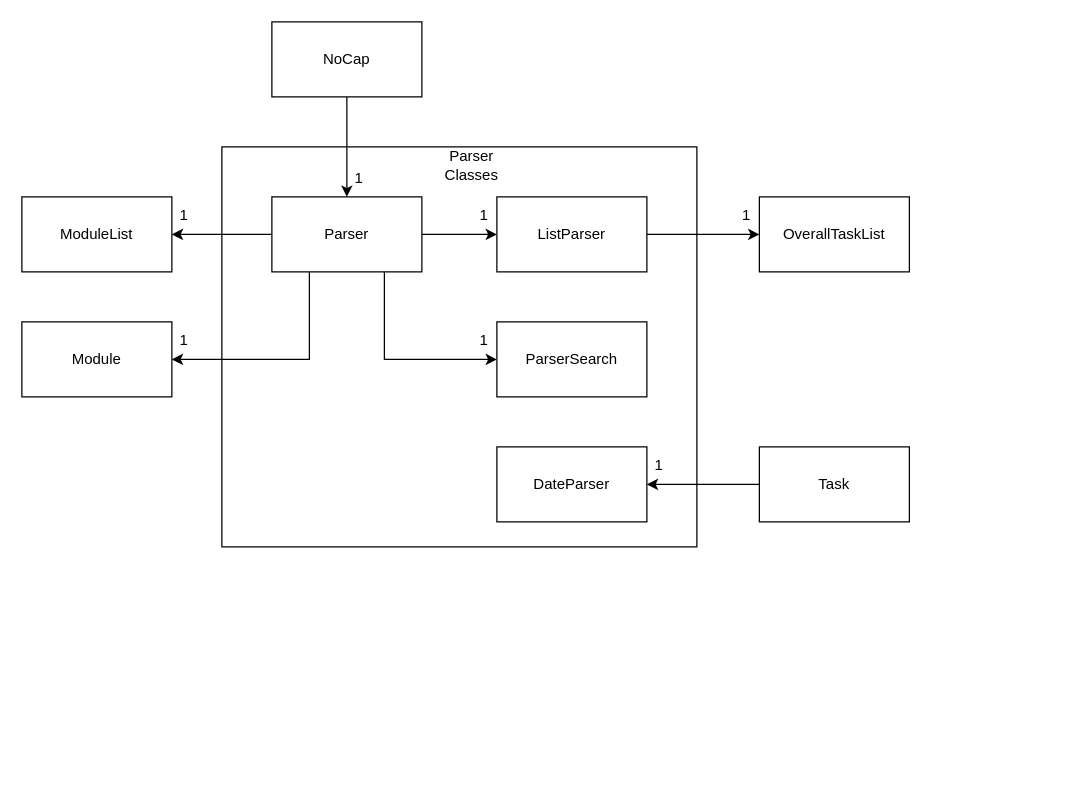
The draw.io diagram page "Class Diagram" (1 of 2) of docs/media/ParserClassDiagram.drawio.xml in yapjoonsiong/tp, before the edit. Source tidied: cells renumbered, new cells numbered last; positions are measured from the earlier drawing's top-left corner, leaving out a move shared by most shapes. Both pictures are drawn from the tidied source at 125%, with x=0, y=0 at pixel (21, 21).
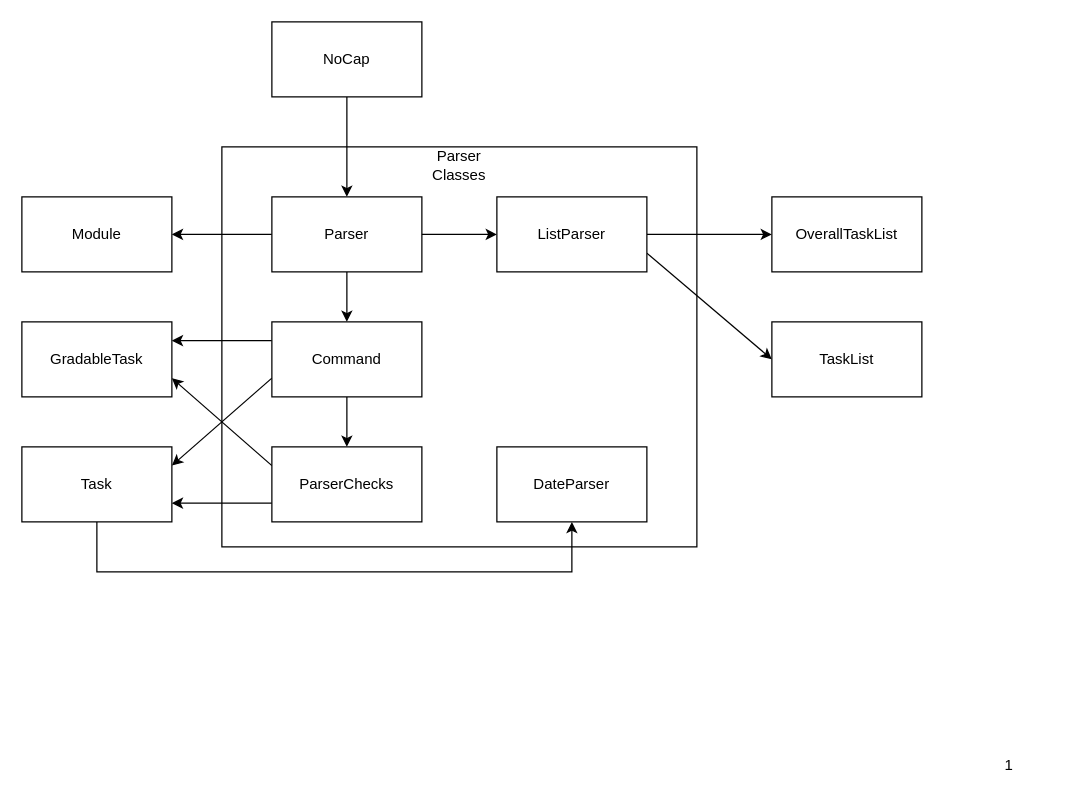
The same page after the edit.

The change refers to these unchanged cells:
```xml
<mxCell id="10" value="Parser" style="rounded=0;whiteSpace=wrap;html=1;" parent="1" vertex="1">
  <mxGeometry x="200" y="140" width="120" height="60" as="geometry" />
</mxCell>
<mxCell id="12" value="DateParser" style="rounded=0;whiteSpace=wrap;html=1;" parent="1" vertex="1">
  <mxGeometry x="380" y="340" width="120" height="60" as="geometry" />
</mxCell>
<mxCell id="15" value="ListParser" style="rounded=0;whiteSpace=wrap;html=1;" parent="1" vertex="1">
  <mxGeometry x="380" y="140" width="120" height="60" as="geometry" />
</mxCell>
```

Diff of the diagram source:
```diff
@@
-    <mxCell id="5" value="ModuleList" style="rounded=0;whiteSpace=wrap;html=1;" parent="1" vertex="1">
-      <mxGeometry y="140" width="120" height="60" as="geometry" />
-    </mxCell>
     <mxCell id="6" value="Module" style="rounded=0;whiteSpace=wrap;html=1;" parent="1" vertex="1">
-      <mxGeometry y="240" width="120" height="60" as="geometry" />
+      <mxGeometry y="140" width="120" height="60" as="geometry" />
     </mxCell>
-    <mxCell id="7" style="edgeStyle=orthogonalEdgeStyle;rounded=0;jettySize=auto;html=1;exitX=0.75;exitY=1;exitDx=0;exitDy=0;entryX=0;entryY=0.5;entryDx=0;entryDy=0;" parent="1" edge="1" source="10" target="16">
-      <mxGeometry relative="1" as="geometry" />
-    </mxCell>
-    <mxCell id="8" style="edgeStyle=orthogonalEdgeStyle;rounded=0;jettySize=auto;html=1;exitX=0;exitY=0.5;exitDx=0;exitDy=0;entryX=1;entryY=0.5;entryDx=0;entryDy=0;" parent="1" edge="1" source="10" target="5">
-      <mxGeometry relative="1" as="geometry" />
-    </mxCell>
+    <mxCell id="27" style="edgeStyle=orthogonalEdgeStyle;rounded=0;jettySize=auto;html=1;exitX=0.5;exitY=1;exitDx=0;exitDy=0;entryX=0.5;entryY=0;entryDx=0;entryDy=0;" parent="1" edge="1" source="10" target="35">
+      <mxGeometry relative="1" as="geometry" />
+    </mxCell>
-    <mxCell id="9" style="edgeStyle=orthogonalEdgeStyle;rounded=0;jettySize=auto;html=1;exitX=0.25;exitY=1;exitDx=0;exitDy=0;entryX=1;entryY=0.5;entryDx=0;entryDy=0;" parent="1" edge="1" source="10" target="6">
+    <mxCell id="9" style="edgeStyle=orthogonalEdgeStyle;rounded=0;jettySize=auto;html=1;exitX=0;exitY=0.5;exitDx=0;exitDy=0;entryX=1;entryY=0.5;entryDx=0;entryDy=0;" parent="1" edge="1" source="10" target="6">
       <mxGeometry relative="1" as="geometry" />
     </mxCell>
@@
-    <mxCell id="11" style="edgeStyle=orthogonalEdgeStyle;rounded=0;jettySize=auto;html=1;exitX=1;exitY=0.5;exitDx=0;exitDy=0;entryX=0;entryY=0.5;entryDx=0;entryDy=0;endArrow=none;endFill=0;startArrow=classic;startFill=1;" parent="1" edge="1" source="12" target="17">
-      <mxGeometry relative="1" as="geometry" />
-    </mxCell>
@@
+    <mxCell id="28" style="rounded=0;jettySize=auto;html=1;exitX=1;exitY=0.75;exitDx=0;exitDy=0;entryX=0;entryY=0.5;entryDx=0;entryDy=0;" parent="1" edge="1" source="15" target="36">
+      <mxGeometry relative="1" as="geometry" />
+    </mxCell>
@@
+    <mxCell id="29" style="edgeStyle=orthogonalEdgeStyle;rounded=0;jettySize=auto;html=1;exitX=0;exitY=0.75;exitDx=0;exitDy=0;entryX=1;entryY=0.75;entryDx=0;entryDy=0;" parent="1" edge="1" source="16" target="38">
+      <mxGeometry relative="1" as="geometry" />
+    </mxCell>
+    <mxCell id="30" style="jettySize=auto;html=1;exitX=0;exitY=0.25;exitDx=0;exitDy=0;entryX=1;entryY=0.75;entryDx=0;entryDy=0;rounded=0;strokeColor=default;" parent="1" edge="1" source="16" target="17">
+      <mxGeometry relative="1" as="geometry" />
+    </mxCell>
-    <mxCell id="16" value="ParserSearch" style="rounded=0;whiteSpace=wrap;html=1;" parent="1" vertex="1">
-      <mxGeometry x="380" y="240" width="120" height="60" as="geometry" />
+    <mxCell id="16" value="ParserChecks" style="rounded=0;whiteSpace=wrap;html=1;" parent="1" vertex="1">
+      <mxGeometry x="200" y="340" width="120" height="60" as="geometry" />
     </mxCell>
-    <mxCell id="17" value="Task" style="rounded=0;whiteSpace=wrap;html=1;" parent="1" vertex="1">
-      <mxGeometry x="590" y="340" width="120" height="60" as="geometry" />
+    <mxCell id="17" value="GradableTask" style="rounded=0;whiteSpace=wrap;html=1;" parent="1" vertex="1">
+      <mxGeometry y="240" width="120" height="60" as="geometry" />
     </mxCell>
     <mxCell id="18" value="OverallTaskList" style="rounded=0;whiteSpace=wrap;html=1;" parent="1" vertex="1">
-      <mxGeometry x="590" y="140" width="120" height="60" as="geometry" />
+      <mxGeometry x="600" y="140" width="120" height="60" as="geometry" />
     </mxCell>
     <mxCell id="19" value="Parser Classes" style="text;html=1;strokeColor=none;fillColor=none;align=center;verticalAlign=middle;whiteSpace=wrap;rounded=0;" parent="1" vertex="1">
-      <mxGeometry x="330" y="100" width="60" height="30" as="geometry" />
+      <mxGeometry x="320" y="100" width="60" height="30" as="geometry" />
     </mxCell>
-    <mxCell id="20" value="1" style="text;html=1;strokeColor=none;fillColor=none;align=center;verticalAlign=middle;whiteSpace=wrap;rounded=0;" parent="1" vertex="1">
-      <mxGeometry x="340" y="240" width="60" height="30" as="geometry" />
-    </mxCell>
-    <mxCell id="21" value="1" style="text;html=1;strokeColor=none;fillColor=none;align=center;verticalAlign=middle;whiteSpace=wrap;rounded=0;" parent="1" vertex="1">
-      <mxGeometry x="340" y="140" width="60" height="30" as="geometry" />
-    </mxCell>
-    <mxCell id="22" value="1" style="text;html=1;strokeColor=none;fillColor=none;align=center;verticalAlign=middle;whiteSpace=wrap;rounded=0;" parent="1" vertex="1">
-      <mxGeometry x="550" y="140" width="60" height="30" as="geometry" />
-    </mxCell>
-    <mxCell id="23" value="1" style="text;html=1;strokeColor=none;fillColor=none;align=center;verticalAlign=middle;whiteSpace=wrap;rounded=0;" parent="1" vertex="1">
-      <mxGeometry x="480" y="340" width="60" height="30" as="geometry" />
-    </mxCell>
-    <mxCell id="24" value="1" style="text;html=1;strokeColor=none;fillColor=none;align=center;verticalAlign=middle;whiteSpace=wrap;rounded=0;" parent="1" vertex="1">
-      <mxGeometry x="240" y="110" width="60" height="30" as="geometry" />
-    </mxCell>
-    <mxCell id="25" value="1" style="text;html=1;strokeColor=none;fillColor=none;align=center;verticalAlign=middle;whiteSpace=wrap;rounded=0;" parent="1" vertex="1">
-      <mxGeometry x="100" y="240" width="60" height="30" as="geometry" />
-    </mxCell>
-    <mxCell id="26" value="1" style="text;html=1;strokeColor=none;fillColor=none;align=center;verticalAlign=middle;whiteSpace=wrap;rounded=0;" parent="1" vertex="1">
-      <mxGeometry x="100" y="140" width="60" height="30" as="geometry" />
-    </mxCell>
+    <mxCell id="31" value="1" style="text;html=1;strokeColor=none;fillColor=none;align=center;verticalAlign=middle;whiteSpace=wrap;rounded=0;" parent="1" vertex="1">
+      <mxGeometry x="760" y="580" width="60" height="30" as="geometry" />
+    </mxCell>
+    <mxCell id="32" style="edgeStyle=orthogonalEdgeStyle;rounded=0;jettySize=auto;html=1;exitX=0.5;exitY=1;exitDx=0;exitDy=0;entryX=0.5;entryY=0;entryDx=0;entryDy=0;" parent="1" edge="1" source="35" target="16">
+      <mxGeometry relative="1" as="geometry" />
+    </mxCell>
+    <mxCell id="33" style="edgeStyle=orthogonalEdgeStyle;rounded=0;jettySize=auto;html=1;exitX=0;exitY=0.25;exitDx=0;exitDy=0;entryX=1;entryY=0.25;entryDx=0;entryDy=0;" parent="1" edge="1" source="35" target="17">
+      <mxGeometry relative="1" as="geometry" />
+    </mxCell>
+    <mxCell id="34" style="edgeStyle=none;rounded=0;jettySize=auto;html=1;exitX=0;exitY=0.75;exitDx=0;exitDy=0;entryX=1;entryY=0.25;entryDx=0;entryDy=0;strokeColor=default;" parent="1" edge="1" source="35" target="38">
+      <mxGeometry relative="1" as="geometry" />
+    </mxCell>
+    <mxCell id="35" value="Command" style="rounded=0;whiteSpace=wrap;html=1;" parent="1" vertex="1">
+      <mxGeometry x="200" y="240" width="120" height="60" as="geometry" />
+    </mxCell>
+    <mxCell id="36" value="TaskList" style="rounded=0;whiteSpace=wrap;html=1;" parent="1" vertex="1">
+      <mxGeometry x="600" y="240" width="120" height="60" as="geometry" />
+    </mxCell>
+    <mxCell id="37" style="edgeStyle=orthogonalEdgeStyle;rounded=0;jettySize=auto;html=1;exitX=0.5;exitY=1;exitDx=0;exitDy=0;entryX=0.5;entryY=1;entryDx=0;entryDy=0;endArrow=classic;endFill=1;strokeColor=default;" parent="1" edge="1" source="38" target="12">
+      <mxGeometry relative="1" as="geometry">
+        <Array as="points">
+          <mxPoint x="60" y="440" />
+          <mxPoint x="440" y="440" />
+        </Array>
+      </mxGeometry>
+    </mxCell>
+    <mxCell id="38" value="Task" style="rounded=0;whiteSpace=wrap;html=1;" parent="1" vertex="1">
+      <mxGeometry y="340" width="120" height="60" as="geometry" />
+    </mxCell>
```
